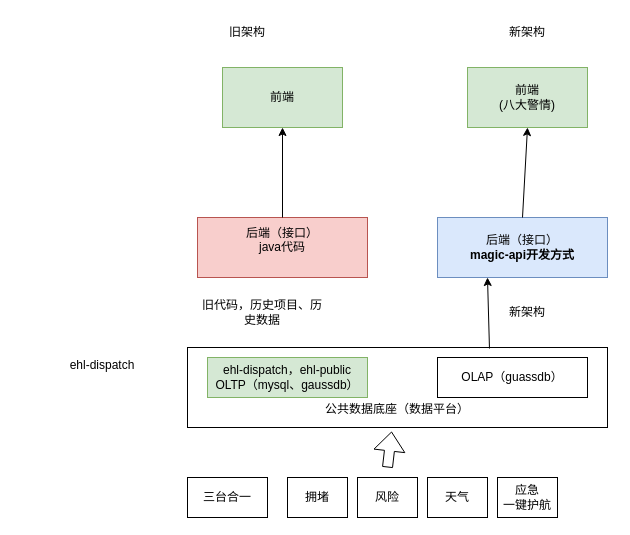
bj-ehualu/drawio keeps this draw.io diagram as 烟台缉查布控技战法.drawio. Above is the earlier version. Source tidied: cells renumbered, new cells numbered last; positions are measured from the earlier drawing's top-left corner, leaving out a move shared by most shapes. Both pictures are drawn from the tidied source at 100%, with x=0, y=0 at pixel (17, 17).
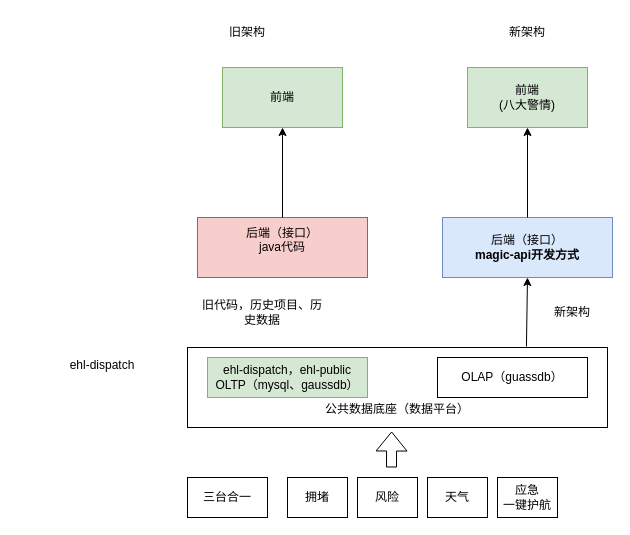
Above is the later version.

Commit message:
更新烟台缉查布控技战法.drawio

The change refers to these unchanged cells:
```xml
<mxCell id="12" value="&lt;div&gt;&lt;br&gt;&lt;/div&gt;&lt;div&gt;&lt;br&gt;&lt;/div&gt;&lt;div&gt;&lt;br&gt;&lt;/div&gt;公共数据底座（数据平台）" style="rounded=0;whiteSpace=wrap;html=1;" parent="1" vertex="1">
  <mxGeometry x="170" y="330" width="420" height="80" as="geometry" />
</mxCell>
```

Diff of the diagram source:
```diff
@@
     <mxCell id="6" value="后端（接口）&lt;div&gt;&lt;b&gt;magic-api开发方式&lt;/b&gt;&lt;/div&gt;" style="rounded=0;whiteSpace=wrap;html=1;fillColor=#dae8fc;strokeColor=#6c8ebf;" parent="1" vertex="1">
-      <mxGeometry x="420" y="200" width="170" height="60" as="geometry" />
+      <mxGeometry x="425" y="200" width="170" height="60" as="geometry" />
     </mxCell>
@@
     <mxCell id="11" value="新架构" style="text;html=1;align=center;verticalAlign=middle;whiteSpace=wrap;rounded=0;" parent="1" vertex="1">
-      <mxGeometry x="470" y="280" width="80" height="30" as="geometry" />
+      <mxGeometry x="515" y="280" width="80" height="30" as="geometry" />
     </mxCell>
@@
-    <mxCell id="18" style="endArrow=classic;html=1;rounded=0;exitX=0.719;exitY=0.013;exitDx=0;exitDy=0;exitPerimeter=0;" parent="1" edge="1" source="12">
-      <mxGeometry relative="1" as="geometry">
-        <mxPoint x="470" y="260" as="targetPoint" />
-      </mxGeometry>
+    <mxCell id="18" style="endArrow=classic;html=1;rounded=0;exitX=0.807;exitY=-0.012;exitDx=0;exitDy=0;exitPerimeter=0;entryX=0.5;entryY=1;entryDx=0;entryDy=0;" parent="1" edge="1" source="12" target="6">
+      <mxGeometry relative="1" as="geometry" />
     </mxCell>
     <mxCell id="19" style="shape=flexArrow;endArrow=classic;html=1;rounded=0;entryX=0.486;entryY=1.05;entryDx=0;entryDy=0;entryPerimeter=0;" parent="1" edge="1" target="12">
       <mxGeometry relative="1" as="geometry">
-        <mxPoint x="370" y="450" as="sourcePoint" />
+        <mxPoint x="374" y="450" as="sourcePoint" />
       </mxGeometry>
     </mxCell>
```
